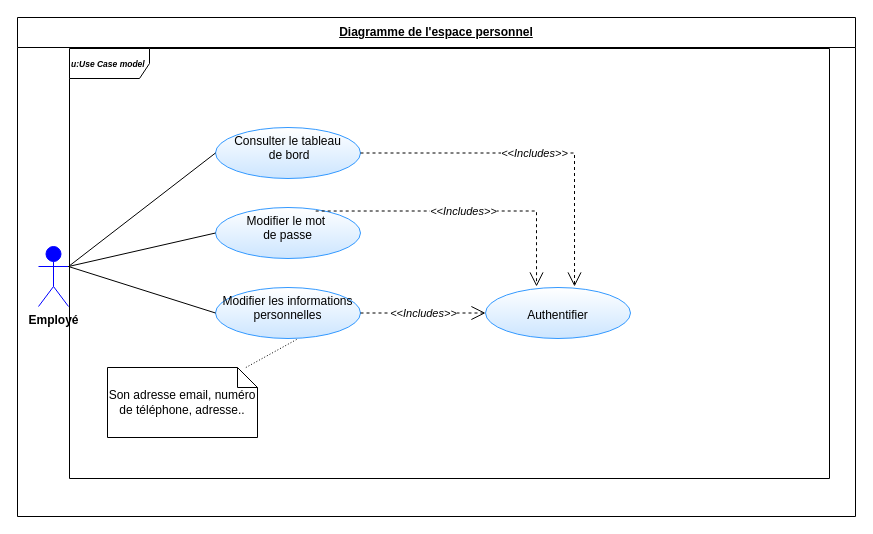
Before: use case Espace utilisateur.drawio in BARIGOU-Imane/Gestion-des-Ordres-de-Mission, a draw.io diagram. Source tidied: cells renumbered, new cells numbered last; positions are measured from the earlier drawing's top-left corner, leaving out a move shared by most shapes. Both pictures are drawn from the tidied source at 100%, with x=0, y=0 at pixel (17, 17).
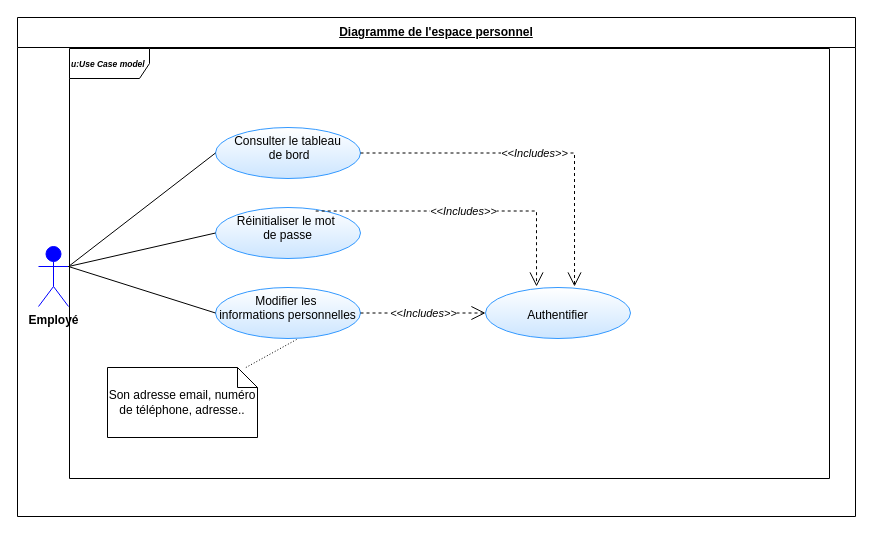
The same diagram, later.

Commit message:
Mettre à jour use case Espace utilisateur.drawio

Change to the diagram source:
```diff
@@
 <mxGraphModel>
   <root>
     <mxCell id="0" />
     <mxCell id="1" parent="0" />
     <mxCell id="2" value="&lt;u&gt;Diagramme de l'espace personnel&lt;/u&gt;" style="swimlane;fontStyle=1;align=center;horizontal=1;startSize=30;html=1;whiteSpace=wrap;" parent="1" vertex="1">
       <mxGeometry width="838" height="499" as="geometry" />
     </mxCell>
     <mxCell id="3" value="&lt;i&gt;&lt;font style=&quot;font-size: 8.5px;&quot;&gt;&lt;b style=&quot;&quot;&gt;u:Use Case model&lt;/b&gt;&lt;/font&gt;&lt;/i&gt;" style="shape=umlFrame;whiteSpace=wrap;html=1;width=80;align=left;" parent="2" vertex="1">
       <mxGeometry width="760" height="430" relative="1" as="geometry">
         <mxPoint x="52" y="31" as="offset" />
       </mxGeometry>
     </mxCell>
     <mxCell id="4" value="&lt;div&gt;&lt;br&gt;&lt;/div&gt;Authentifier" style="ellipse;whiteSpace=wrap;html=1;verticalAlign=top;strokeColor=#3399FF;gradientColor=#CCE5FF;" parent="3" vertex="1">
       <mxGeometry x="416" y="239" width="145" height="51" as="geometry" />
     </mxCell>
-    <mxCell id="5" value="&lt;div&gt;Modifier les informations personnelles&lt;/div&gt;" style="ellipse;whiteSpace=wrap;html=1;verticalAlign=top;strokeColor=#3399FF;gradientColor=#CCE5FF;" parent="3" vertex="1">
+    <mxCell id="5" value="&lt;div&gt;Modifier les&amp;nbsp;&lt;/div&gt;&lt;div&gt;informations personnelles&lt;/div&gt;" style="ellipse;whiteSpace=wrap;html=1;verticalAlign=top;strokeColor=#3399FF;gradientColor=#CCE5FF;" parent="3" vertex="1">
       <mxGeometry x="146" y="239" width="145" height="51" as="geometry" />
     </mxCell>
     <mxCell id="6" value="&lt;i&gt;&amp;lt;&amp;lt;Includes&amp;gt;&amp;gt;&lt;/i&gt;" style="endArrow=open;endSize=12;dashed=1;html=1;rounded=0;edgeStyle=orthogonalEdgeStyle;exitX=1;exitY=0.5;exitDx=0;exitDy=0;" parent="3" edge="1" source="5" target="4">
       <mxGeometry relative="1" as="geometry" />
     </mxCell>
-    <mxCell id="7" value="Modifier le mot&amp;nbsp;&lt;div&gt;de passe&lt;/div&gt;" style="ellipse;whiteSpace=wrap;html=1;verticalAlign=top;strokeColor=#3399FF;gradientColor=#CCE5FF;" parent="3" vertex="1">
+    <mxCell id="7" value="Réinitialiser le mot&amp;nbsp;&lt;div&gt;de passe&lt;/div&gt;" style="ellipse;whiteSpace=wrap;html=1;verticalAlign=top;strokeColor=#3399FF;gradientColor=#CCE5FF;" parent="3" vertex="1">
       <mxGeometry x="146" y="159" width="145" height="51" as="geometry" />
     </mxCell>
     <mxCell id="8" value="&lt;i&gt;&amp;lt;&amp;lt;Includes&amp;gt;&amp;gt;&lt;/i&gt;" style="endArrow=open;endSize=12;dashed=1;html=1;rounded=0;edgeStyle=orthogonalEdgeStyle;entryX=0.352;entryY=-0.02;entryDx=0;entryDy=0;entryPerimeter=0;exitX=0.691;exitY=0.069;exitDx=0;exitDy=0;exitPerimeter=0;" parent="3" edge="1" source="7" target="4">
       <mxGeometry relative="1" as="geometry" />
     </mxCell>
     <mxCell id="9" value="&lt;div&gt;&lt;span style=&quot;background-color: initial;&quot;&gt;Consulter le tableau&lt;/span&gt;&lt;/div&gt;&lt;div&gt;&lt;span style=&quot;background-color: initial;&quot;&gt;&amp;nbsp;de bord&lt;/span&gt;&lt;br&gt;&lt;/div&gt;" style="ellipse;whiteSpace=wrap;html=1;verticalAlign=top;strokeColor=#3399FF;gradientColor=#CCE5FF;" parent="3" vertex="1">
       <mxGeometry x="146" y="79" width="145" height="51" as="geometry" />
     </mxCell>
     <mxCell id="10" value="&lt;i&gt;&amp;lt;&amp;lt;Includes&amp;gt;&amp;gt;&lt;/i&gt;" style="endArrow=open;endSize=12;dashed=1;html=1;rounded=0;edgeStyle=orthogonalEdgeStyle;exitX=1;exitY=0.5;exitDx=0;exitDy=0;entryX=0.614;entryY=-0.02;entryDx=0;entryDy=0;entryPerimeter=0;" parent="3" edge="1" source="9" target="4">
       <mxGeometry relative="1" as="geometry" />
     </mxCell>
     <mxCell id="11" value="Son adresse email, numéro de téléphone, adresse.." style="shape=note;size=20;whiteSpace=wrap;html=1;" parent="3" vertex="1">
       <mxGeometry x="38" y="319" width="150" height="70" as="geometry" />
     </mxCell>
     <mxCell id="12" style="endArrow=none;html=1;rounded=0;dashed=1;dashPattern=1 2;entryX=0.559;entryY=1.02;entryDx=0;entryDy=0;entryPerimeter=0;" parent="3" edge="1" source="11" target="5">
       <mxGeometry relative="1" as="geometry" />
     </mxCell>
     <mxCell id="13" style="html=1;whiteSpace=wrap;align=right;verticalAlign=bottom;" parent="12" vertex="1">
       <mxGeometry x="1" relative="1" as="geometry" />
     </mxCell>
     <mxCell id="14" value="&lt;div&gt;&lt;b&gt;Employé&lt;/b&gt;&lt;/div&gt;" style="shape=umlActor;verticalLabelPosition=bottom;verticalAlign=top;html=1;outlineConnect=0;direction=east;rotation=0;fillColor=#0000FF;strokeColor=#0000FF;" parent="2" vertex="1">
       <mxGeometry x="21" y="229" width="30" height="60" as="geometry" />
     </mxCell>
     <mxCell id="15" style="endArrow=none;html=1;rounded=0;entryX=0;entryY=0.5;entryDx=0;entryDy=0;exitX=1;exitY=0.3333333333333333;exitDx=0;exitDy=0;exitPerimeter=0;" parent="2" edge="1" source="14" target="5">
       <mxGeometry relative="1" as="geometry" />
     </mxCell>
     <mxCell id="16" style="endArrow=none;html=1;rounded=0;entryX=0;entryY=0.5;entryDx=0;entryDy=0;exitX=1;exitY=0.3333333333333333;exitDx=0;exitDy=0;exitPerimeter=0;" parent="2" edge="1" source="14" target="7">
       <mxGeometry relative="1" as="geometry" />
     </mxCell>
     <mxCell id="17" style="endArrow=none;html=1;rounded=0;entryX=0;entryY=0.5;entryDx=0;entryDy=0;exitX=1;exitY=0.3333333333333333;exitDx=0;exitDy=0;exitPerimeter=0;" parent="2" edge="1" source="14" target="9">
       <mxGeometry relative="1" as="geometry" />
     </mxCell>
   </root>
 </mxGraphModel>
```
